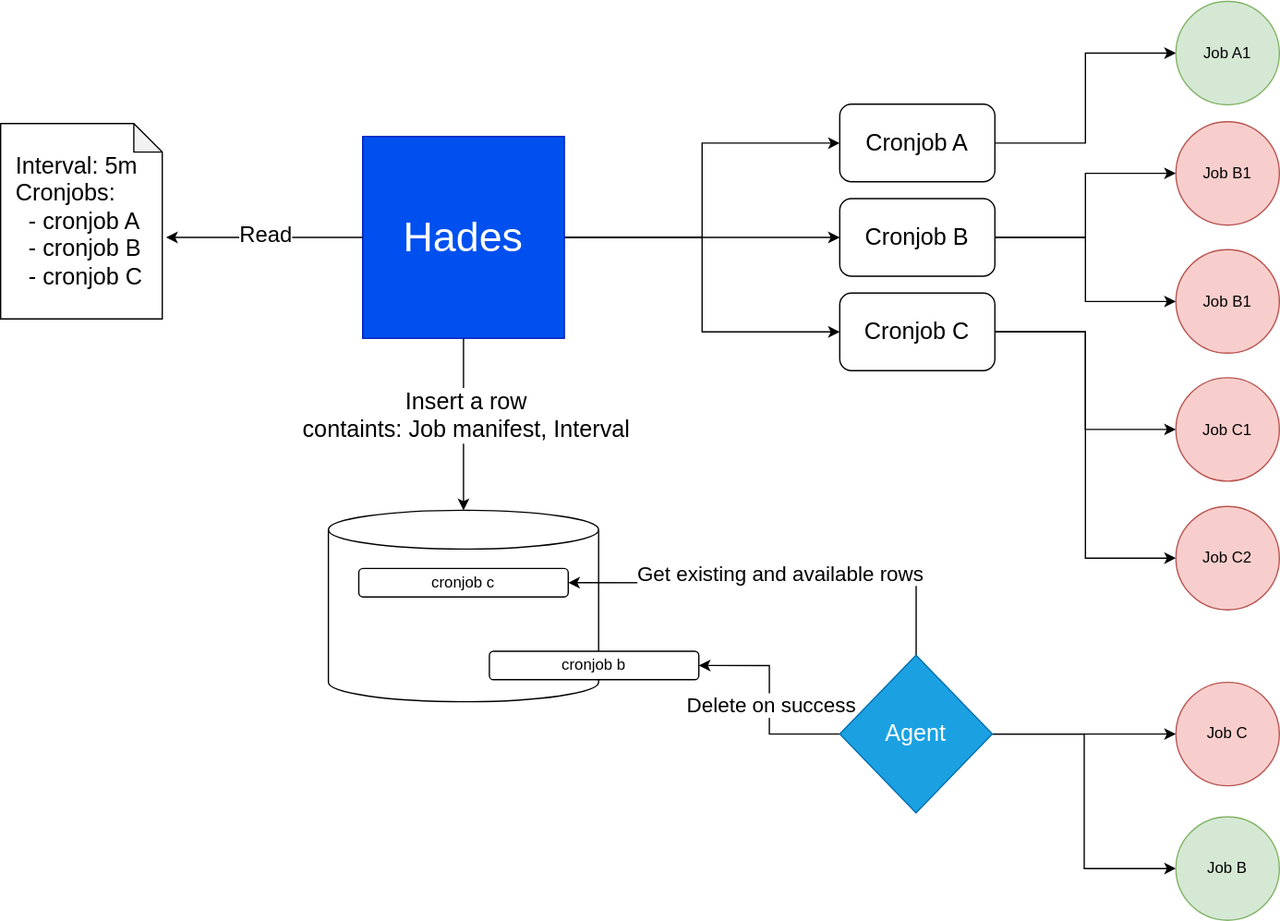
amirhnajafiz/hades keeps this draw.io diagram as .github/assets/hades.svg. Above is the earlier version. Source tidied: cells renumbered, new cells last; positions are measured from the earlier drawing's top-left corner, leaving out a move shared by most shapes.
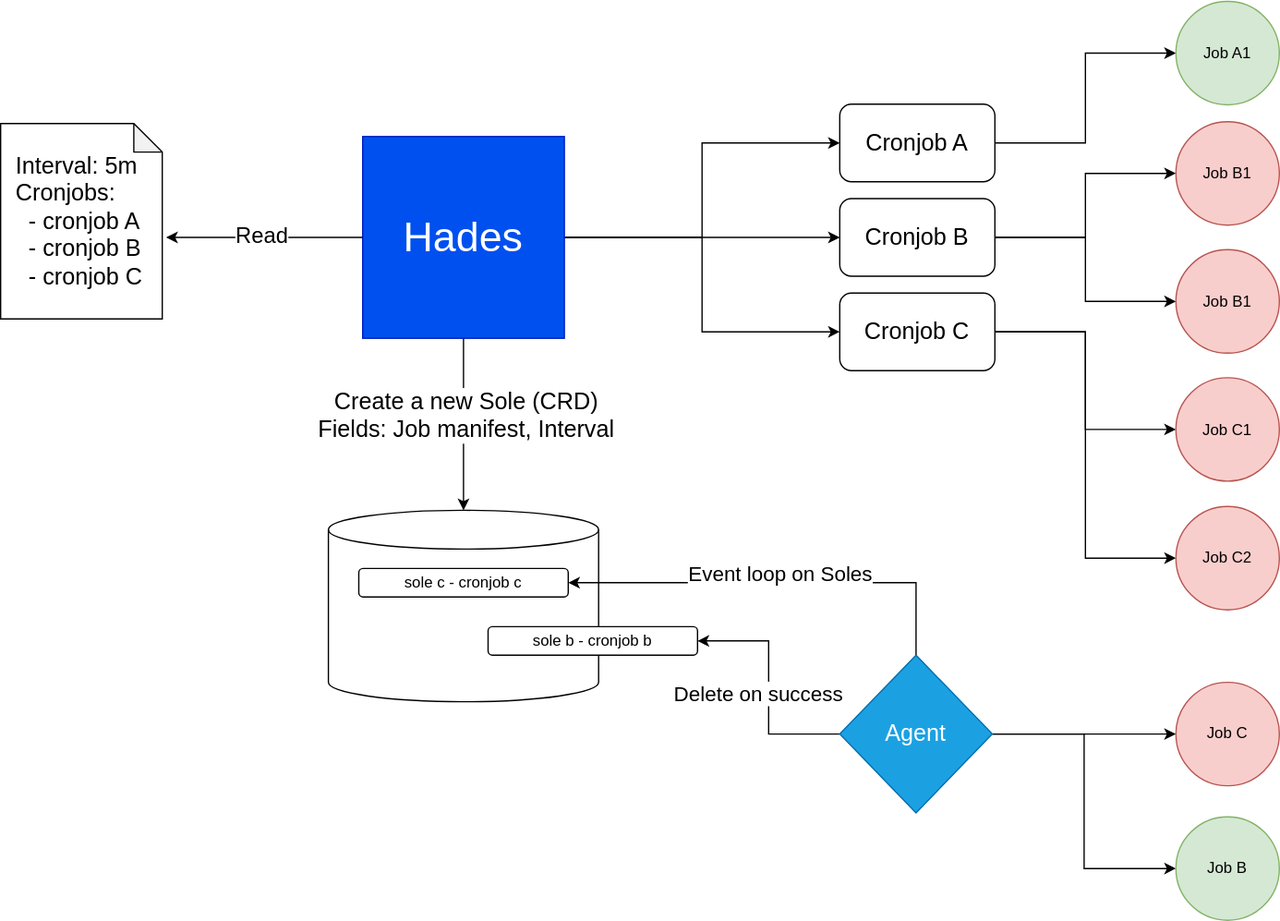
After the commit.

Commit message:
update: schema flow

The edit, as a diff of the source:
```diff
@@ -47,7 +47,7 @@
     <mxCell id="16" style="edgeStyle=orthogonalEdgeStyle;rounded=0;jettySize=auto;html=1;" parent="1" edge="1" source="19" target="24">
       <mxGeometry relative="1" as="geometry" />
     </mxCell>
-    <mxCell id="17" value="Insert a row&lt;br style=&quot;font-size: 18px;&quot;&gt;containts: Job manifest, Interval" style="edgeLabel;html=1;align=center;verticalAlign=middle;fontSize=18;" parent="16" vertex="1">
+    <mxCell id="17" value="Create a new Sole (CRD)&lt;br style=&quot;font-size: 18px;&quot;&gt;Fields: Job manifest, Interval" style="edgeLabel;html=1;align=center;verticalAlign=middle;fontSize=18;" parent="16" vertex="1">
       <mxGeometry x="-0.11" y="1" relative="1" as="geometry">
         <mxPoint y="1" as="offset" />
       </mxGeometry>
@@ -77,11 +77,11 @@
     <mxCell id="24" style="shape=cylinder3;whiteSpace=wrap;html=1;boundedLbl=1;backgroundOutline=1;size=15;" parent="1" vertex="1">
       <mxGeometry x="253.5" y="393" width="209" height="148" as="geometry" />
     </mxCell>
-    <mxCell id="25" value="cronjob c" style="rounded=1;whiteSpace=wrap;html=1;" parent="1" vertex="1">
+    <mxCell id="25" value="sole c - cronjob c" style="rounded=1;whiteSpace=wrap;html=1;" parent="1" vertex="1">
       <mxGeometry x="277" y="438" width="162" height="22" as="geometry" />
     </mxCell>
-    <mxCell id="26" value="cronjob b" style="rounded=1;whiteSpace=wrap;html=1;" parent="1" vertex="1">
-      <mxGeometry x="378" y="502" width="162" height="22" as="geometry" />
+    <mxCell id="26" value="sole b - cronjob b" style="rounded=1;whiteSpace=wrap;html=1;" parent="1" vertex="1">
+      <mxGeometry x="377" y="483" width="162" height="22" as="geometry" />
     </mxCell>
     <mxCell id="27" style="edgeStyle=orthogonalEdgeStyle;rounded=0;jettySize=auto;html=1;" parent="1" edge="1" source="33" target="34">
       <mxGeometry relative="1" as="geometry" />
@@ -96,7 +96,7 @@
         </Array>
       </mxGeometry>
     </mxCell>
-    <mxCell id="30" value="Get existing and available rows" style="edgeLabel;html=1;align=center;verticalAlign=middle;fontSize=16;" parent="29" vertex="1">
+    <mxCell id="30" value="Event loop on Soles" style="edgeLabel;html=1;align=center;verticalAlign=middle;fontSize=16;" parent="29" vertex="1">
       <mxGeometry x="0.04" y="1" relative="1" as="geometry">
         <mxPoint x="6" y="-9" as="offset" />
       </mxGeometry>
@@ -105,7 +105,9 @@
       <mxGeometry relative="1" as="geometry" />
     </mxCell>
     <mxCell id="32" value="Delete on success" style="edgeLabel;html=1;align=center;verticalAlign=middle;fontSize=16;" parent="31" vertex="1">
-      <mxGeometry x="-0.05" y="-1" relative="1" as="geometry" />
+      <mxGeometry x="-0.05" y="-1" relative="1" as="geometry">
+        <mxPoint x="-10" as="offset" />
+      </mxGeometry>
     </mxCell>
     <mxCell id="33" value="Agent" style="rhombus;whiteSpace=wrap;html=1;fontSize=18;fillColor=#1ba1e2;fontColor=#ffffff;strokeColor=#006EAF;" parent="1" vertex="1">
       <mxGeometry x="649" y="505" width="118" height="122" as="geometry" />
```
